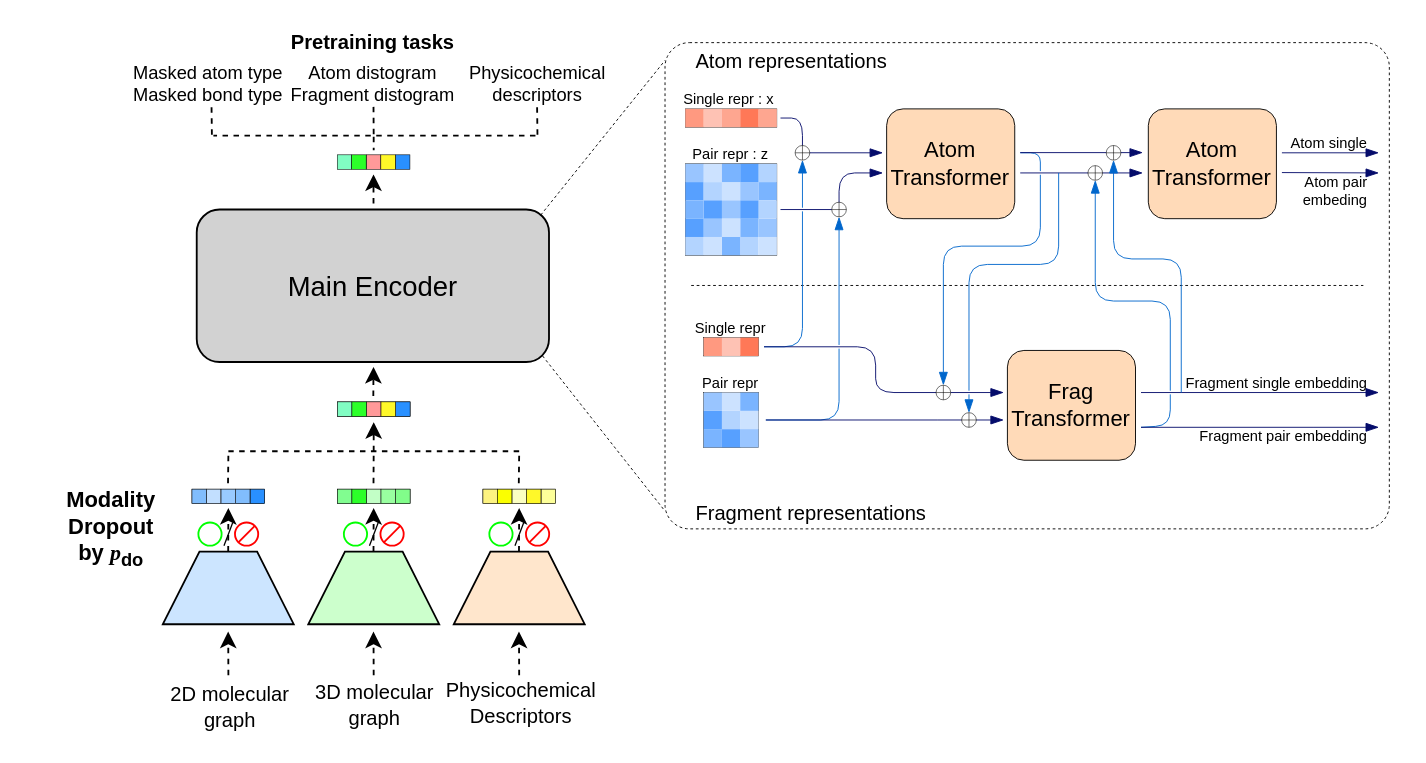
Above: gmol_ligonly_architecture.drawio in rladbtls1998/public_temp (draw.io), before the change. Source tidied: cells renumbered, new cells numbered last; positions are measured from the earlier drawing's top-left corner, leaving out a move shared by most shapes. Both pictures are drawn from the tidied source at 183%, with x=0, y=0 at pixel (31, 33).
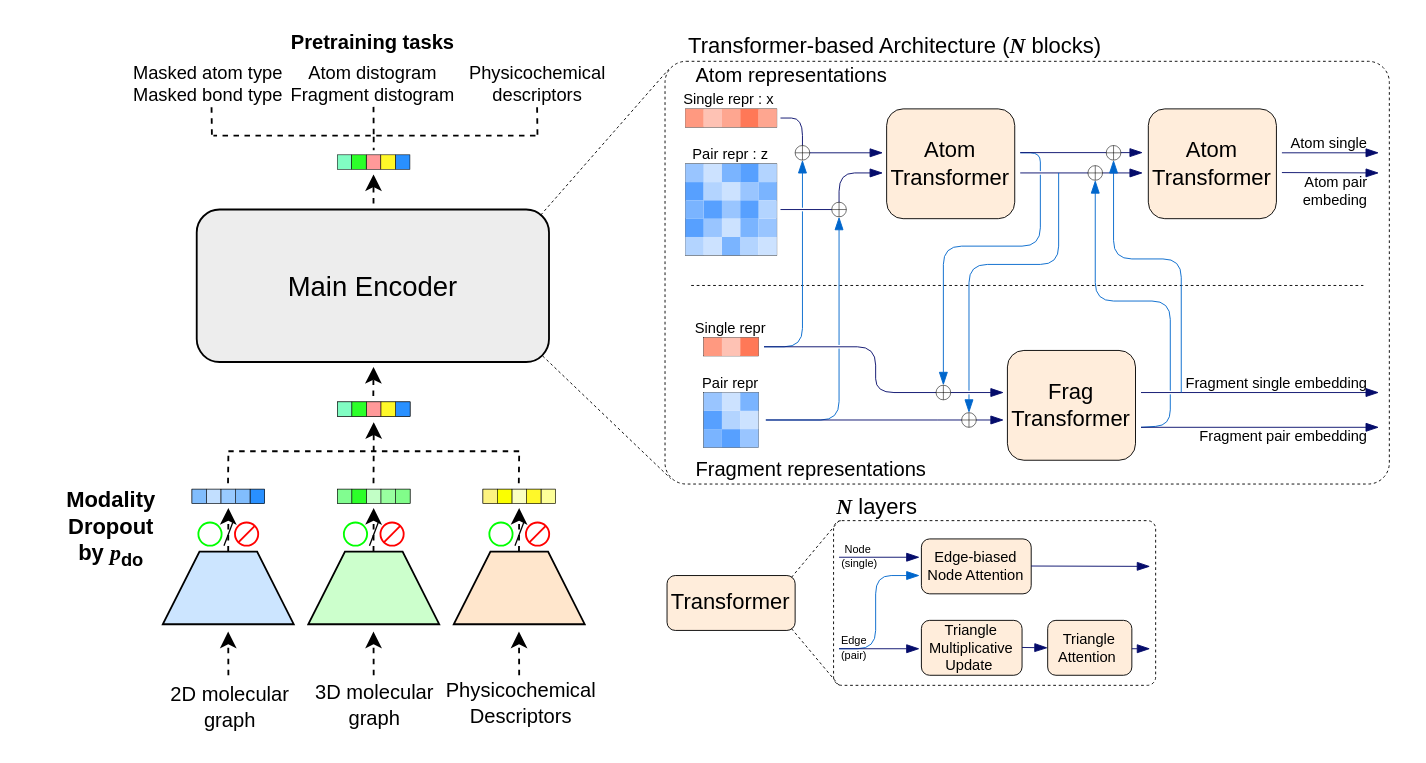
The same diagram, later.

The edit, as a diff of the source:
```diff
@@
+    <mxCell id="7" style="rounded=1;whiteSpace=wrap;html=1;arcSize=5;fillColor=none;dashed=1;strokeWidth=0.5;" parent="1" vertex="1">
+      <mxGeometry x="345.9" y="15" width="395.8" height="231" as="geometry" />
+    </mxCell>
@@
-    <mxCell id="7" style="rounded=1;whiteSpace=wrap;html=1;arcSize=5;fillColor=none;dashed=1;strokeWidth=0.5;" parent="1" vertex="1">
-      <mxGeometry x="345.9" y="4.8" width="395.8" height="265.7" as="geometry" />
-    </mxCell>
-    <mxCell id="8" value="&lt;font style=&quot;font-size: 15px;&quot;&gt;Main Encoder&lt;/font&gt;" style="rounded=1;whiteSpace=wrap;html=1;fillColor=#D2D2D2;" parent="1" vertex="1">
+    <mxCell id="8" value="&lt;font style=&quot;font-size: 15px;&quot;&gt;Main Encoder&lt;/font&gt;" style="rounded=1;whiteSpace=wrap;html=1;fillColor=#EDEDED;" parent="1" vertex="1">
       <mxGeometry x="90" y="96" width="192.5" height="83.3" as="geometry" />
     </mxCell>
     <mxCell id="9" style="endArrow=none;dashed=1;html=1;rounded=0;strokeWidth=0.5;" parent="1" edge="1">
       <mxGeometry relative="1" as="geometry">
         <mxPoint x="279" y="176" as="sourcePoint" />
-        <mxPoint x="345.9" y="260.8" as="targetPoint" />
+        <mxPoint x="349" y="243" as="targetPoint" />
       </mxGeometry>
     </mxCell>
-    <mxCell id="10" style="endArrow=none;dashed=1;html=1;rounded=0;strokeWidth=0.5;" parent="1" edge="1">
+    <mxCell id="10" style="endArrow=none;dashed=1;html=1;rounded=0;strokeWidth=0.5;entryX=0.005;entryY=0.019;entryDx=0;entryDy=0;entryPerimeter=0;" parent="1" edge="1" target="7">
       <mxGeometry relative="1" as="geometry">
         <mxPoint x="278" y="99" as="sourcePoint" />
-        <mxPoint x="345.9" y="14.5" as="targetPoint" />
       </mxGeometry>
     </mxCell>
@@
     <mxCell id="13" value="Atom representations" style="text;html=1;align=left;verticalAlign=middle;whiteSpace=wrap;rounded=0;fontSize=11;" parent="1" vertex="1">
-      <mxGeometry x="361" y="10" width="115.1" height="10" as="geometry" />
+      <mxGeometry x="361" y="18" width="115.1" height="10" as="geometry" />
     </mxCell>
     <mxCell id="14" value="Fragment representations" style="text;html=1;align=left;verticalAlign=middle;whiteSpace=wrap;rounded=0;fontSize=11;" parent="1" vertex="1">
-      <mxGeometry x="361" y="256.5" width="130" height="10" as="geometry" />
+      <mxGeometry x="361" y="232.5" width="130" height="10" as="geometry" />
     </mxCell>
@@
-    <mxCell id="44" value="Atom&lt;div&gt;Transformer&lt;/div&gt;" style="rounded=1;whiteSpace=wrap;html=1;fillColor=#FFDAB8;strokeWidth=0.5;strokeColor=default;" parent="1" vertex="1">
+    <mxCell id="44" value="Atom&lt;div&gt;Transformer&lt;/div&gt;" style="rounded=1;whiteSpace=wrap;html=1;fillColor=#FFEDDB;strokeWidth=0.5;strokeColor=default;" parent="1" vertex="1">
       <mxGeometry x="467" y="41" width="70" height="60" as="geometry" />
     </mxCell>
-    <mxCell id="45" value="Frag&lt;div&gt;Transformer&lt;/div&gt;" style="rounded=1;whiteSpace=wrap;html=1;fillColor=#FFDAB8;strokeWidth=0.5;strokeColor=default;" parent="1" vertex="1">
+    <mxCell id="45" value="Frag&lt;div&gt;Transformer&lt;/div&gt;" style="rounded=1;whiteSpace=wrap;html=1;fillColor=#FFEDDB;strokeWidth=0.5;strokeColor=default;" parent="1" vertex="1">
       <mxGeometry x="533" y="173" width="70" height="60" as="geometry" />
     </mxCell>
-    <mxCell id="46" value="Atom&lt;div&gt;Transformer&lt;/div&gt;" style="rounded=1;whiteSpace=wrap;html=1;fillColor=#FFDAB8;strokeWidth=0.5;strokeColor=default;" parent="1" vertex="1">
+    <mxCell id="46" value="Atom&lt;div&gt;Transformer&lt;/div&gt;" style="rounded=1;whiteSpace=wrap;html=1;fillColor=#FFEDDB;strokeWidth=0.5;strokeColor=default;" parent="1" vertex="1">
       <mxGeometry x="610" y="41" width="70" height="60" as="geometry" />
     </mxCell>
@@
+    <mxCell id="191" value="&lt;div&gt;Transformer&lt;/div&gt;" style="rounded=1;whiteSpace=wrap;html=1;fillColor=#FFEDDB;strokeWidth=0.5;strokeColor=default;" parent="1" vertex="1">
+      <mxGeometry x="347" y="296" width="70" height="30" as="geometry" />
+    </mxCell>
+    <mxCell id="192" style="endArrow=none;dashed=1;html=1;rounded=0;strokeWidth=0.5;" parent="1" edge="1">
+      <mxGeometry relative="1" as="geometry">
+        <mxPoint x="415" y="325" as="sourcePoint" />
+        <mxPoint x="441" y="356" as="targetPoint" />
+      </mxGeometry>
+    </mxCell>
+    <mxCell id="193" style="endArrow=none;dashed=1;html=1;rounded=0;strokeWidth=0.5;" parent="1" edge="1">
+      <mxGeometry relative="1" as="geometry">
+        <mxPoint x="415" y="297" as="sourcePoint" />
+        <mxPoint x="441" y="266" as="targetPoint" />
+      </mxGeometry>
+    </mxCell>
+    <mxCell id="194" style="rounded=1;whiteSpace=wrap;html=1;arcSize=5;fillColor=none;dashed=1;strokeWidth=0.5;" parent="1" vertex="1">
+      <mxGeometry x="438" y="266" width="176" height="90" as="geometry" />
+    </mxCell>
+    <mxCell id="195" style="endArrow=blockThin;html=1;rounded=0;curved=0;strokeWidth=0.5;endFill=1;strokeColor=#050C6B;" parent="1" edge="1">
+      <mxGeometry relative="1" as="geometry">
+        <mxPoint x="441" y="286" as="sourcePoint" />
+        <mxPoint x="485" y="286" as="targetPoint" />
+      </mxGeometry>
+    </mxCell>
+    <mxCell id="196" value="Node&amp;nbsp;&lt;div&gt;(single)&lt;/div&gt;" style="edgeLabel;html=1;align=center;verticalAlign=middle;labelBackgroundColor=none;fontSize=6;" parent="195" vertex="1">
+      <mxGeometry x="-0.65" relative="1" as="geometry">
+        <mxPoint x="2" y="-1" as="offset" />
+      </mxGeometry>
+    </mxCell>
+    <mxCell id="197" style="endArrow=blockThin;html=1;rounded=1;curved=0;strokeWidth=0.5;endFill=1;strokeColor=#0066CC;startFill=0;" parent="1" edge="1">
+      <mxGeometry relative="1" as="geometry">
+        <mxPoint x="441" y="336" as="sourcePoint" />
+        <mxPoint x="485" y="296" as="targetPoint" />
+        <Array as="points">
+          <mxPoint x="461" y="336" />
+          <mxPoint x="461" y="296" />
+        </Array>
+      </mxGeometry>
+    </mxCell>
+    <mxCell id="198" style="endArrow=blockThin;html=1;rounded=0;curved=0;strokeWidth=0.5;endFill=1;strokeColor=#050C6B;" parent="1" edge="1">
+      <mxGeometry relative="1" as="geometry">
+        <mxPoint x="441" y="336" as="sourcePoint" />
+        <mxPoint x="485" y="336" as="targetPoint" />
+      </mxGeometry>
+    </mxCell>
+    <mxCell id="199" value="&lt;span&gt;Edge&lt;/span&gt;&lt;div&gt;&lt;span&gt;(pair)&lt;/span&gt;&lt;/div&gt;" style="edgeLabel;html=1;align=center;verticalAlign=middle;labelBackgroundColor=none;fontSize=6;" parent="198" vertex="1">
+      <mxGeometry x="-0.69" relative="1" as="geometry">
+        <mxPoint y="-1" as="offset" />
+      </mxGeometry>
+    </mxCell>
+    <mxCell id="200" value="Edge-biased&lt;br&gt;Node Attention" style="rounded=1;whiteSpace=wrap;html=1;fillColor=#FFEDDB;strokeWidth=0.5;strokeColor=default;fontSize=8;" parent="1" vertex="1">
+      <mxGeometry x="486" y="276" width="60" height="30" as="geometry" />
+    </mxCell>
+    <mxCell id="201" value="Transformer-based Architecture (&lt;b&gt;&lt;font face=&quot;Times New Roman&quot;&gt;&lt;i&gt;N&lt;/i&gt;&lt;/font&gt;&lt;/b&gt; blocks)" style="text;html=1;align=left;verticalAlign=middle;whiteSpace=wrap;rounded=0;fontSize=12;" parent="1" vertex="1">
+      <mxGeometry x="357" width="244" height="14" as="geometry" />
+    </mxCell>
+    <mxCell id="202" value="&lt;b&gt;&lt;font face=&quot;Times New Roman&quot;&gt;&lt;i&gt;N&lt;/i&gt;&lt;/font&gt;&lt;/b&gt;&amp;nbsp;layers" style="text;html=1;align=left;verticalAlign=middle;whiteSpace=wrap;rounded=0;fontSize=12;" parent="1" vertex="1">
+      <mxGeometry x="438" y="252" width="244" height="14" as="geometry" />
+    </mxCell>
+    <mxCell id="203" value="Triangle Multiplicative Update&amp;nbsp;" style="rounded=1;whiteSpace=wrap;html=1;fillColor=#FFEDDB;strokeWidth=0.5;strokeColor=default;fontSize=8;" parent="1" vertex="1">
+      <mxGeometry x="486" y="320.5" width="55" height="30" as="geometry" />
+    </mxCell>
+    <mxCell id="204" value="Triangle Attention&amp;nbsp;" style="rounded=1;whiteSpace=wrap;html=1;fillColor=#FFEDDB;strokeWidth=0.5;strokeColor=default;fontSize=8;" parent="1" vertex="1">
+      <mxGeometry x="555" y="320.5" width="46" height="30" as="geometry" />
+    </mxCell>
+    <mxCell id="205" style="endArrow=blockThin;html=1;rounded=0;curved=0;strokeWidth=0.5;endFill=1;strokeColor=#050C6B;entryX=0;entryY=0.5;entryDx=0;entryDy=0;" parent="1" edge="1" target="204">
+      <mxGeometry relative="1" as="geometry">
+        <mxPoint x="541" y="335.3" as="sourcePoint" />
+      </mxGeometry>
+    </mxCell>
+    <mxCell id="206" style="endArrow=blockThin;html=1;rounded=0;curved=0;strokeWidth=0.5;endFill=1;strokeColor=#050C6B;" parent="1" edge="1">
+      <mxGeometry relative="1" as="geometry">
+        <mxPoint x="546" y="290.8" as="sourcePoint" />
+        <mxPoint x="611" y="291" as="targetPoint" />
+      </mxGeometry>
+    </mxCell>
+    <mxCell id="207" style="endArrow=blockThin;html=1;rounded=0;curved=0;strokeWidth=0.5;endFill=1;strokeColor=#050C6B;" parent="1" edge="1">
+      <mxGeometry relative="1" as="geometry">
+        <mxPoint x="601" y="336" as="sourcePoint" />
+        <mxPoint x="611" y="336" as="targetPoint" />
+      </mxGeometry>
+    </mxCell>
```
